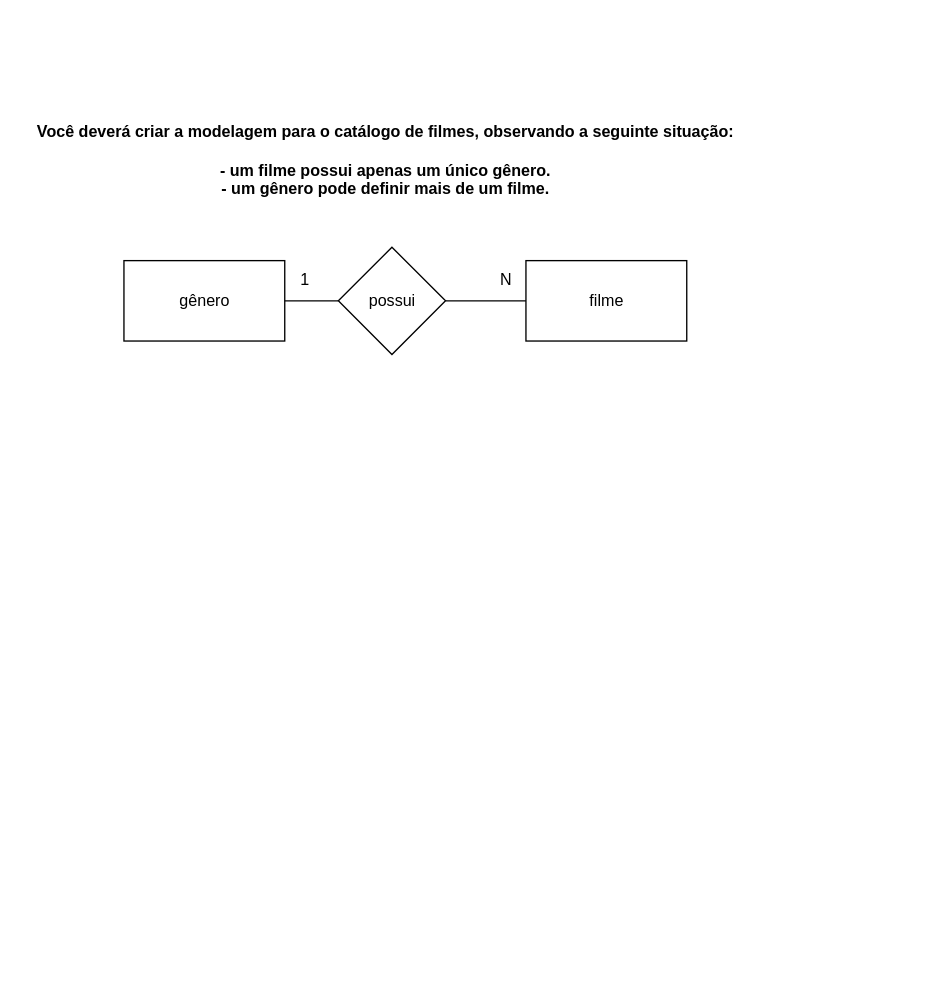
This is 25.07/1.0/1.0 filmes.drawio from juliaathar/2DM-senai-sprint1-BD, a draw.io file, before an edit. Source tidied: cells renumbered, new cells numbered last; positions are measured from the earlier drawing's top-left corner, leaving out a move shared by most shapes. Both pictures are drawn from the tidied source at 134%, with x=0, y=0 at pixel (23, 113).
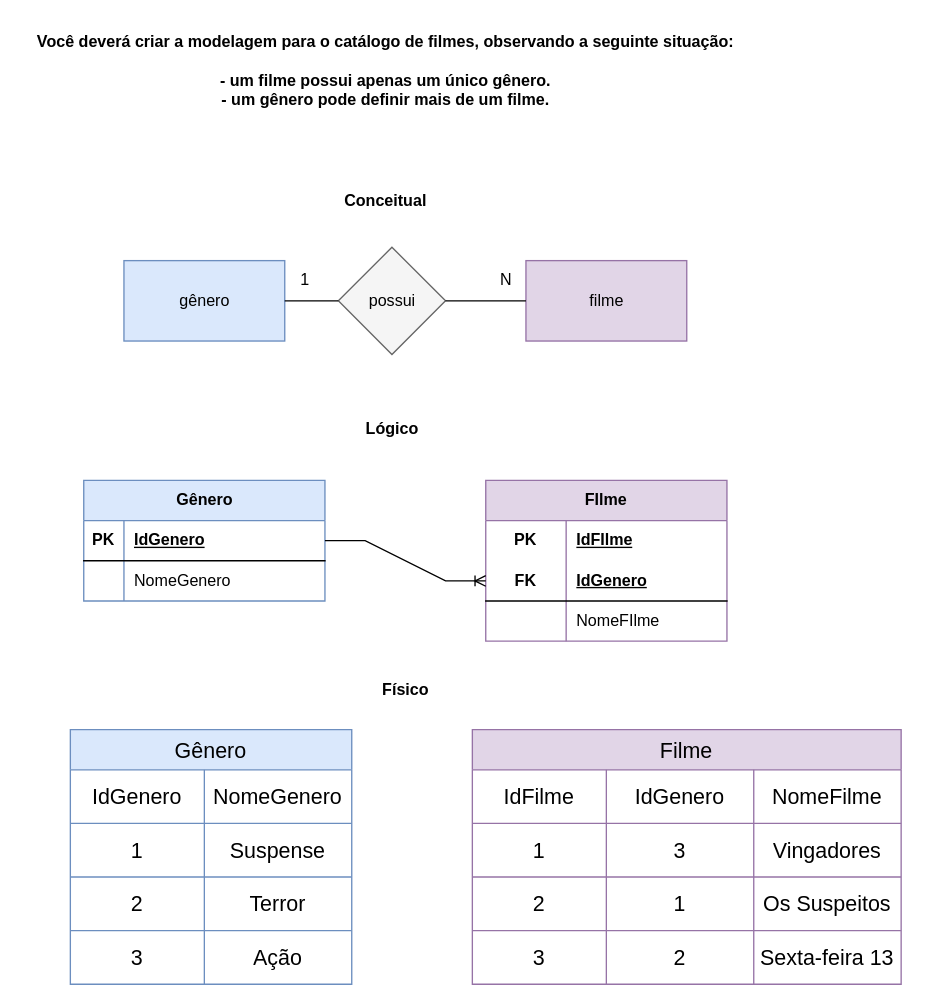
After the change.

Commit message:
modelo logico e fisico do exercicio 1.0

The edit, as a diff of the source:
```diff
@@
-    <mxCell id="2" style="rhombus;whiteSpace=wrap;html=1;" parent="1" vertex="1">
+    <mxCell id="2" style="rhombus;whiteSpace=wrap;html=1;fillColor=#f5f5f5;fontColor=#333333;strokeColor=#666666;" parent="1" vertex="1">
       <mxGeometry x="235" y="100" width="80" height="80" as="geometry" />
     </mxCell>
@@
-    <mxCell id="4" style="rounded=0;whiteSpace=wrap;html=1;" parent="1" vertex="1">
+    <mxCell id="4" style="rounded=0;whiteSpace=wrap;html=1;fillColor=#dae8fc;strokeColor=#6c8ebf;" parent="1" vertex="1">
       <mxGeometry x="75" y="110" width="120" height="60" as="geometry" />
     </mxCell>
-    <mxCell id="5" style="rounded=0;whiteSpace=wrap;html=1;" parent="1" vertex="1">
+    <mxCell id="5" style="rounded=0;whiteSpace=wrap;html=1;fillColor=#e1d5e7;strokeColor=#9673a6;" parent="1" vertex="1">
       <mxGeometry x="375" y="110" width="120" height="60" as="geometry" />
     </mxCell>
@@
     <mxCell id="12" value="&lt;div&gt;&lt;b&gt;Você deverá criar a modelagem para o catálogo de filmes, observando a seguinte situação:&lt;/b&gt;&lt;/div&gt;&lt;div&gt;&lt;b&gt;&lt;br&gt;&lt;/b&gt;&lt;/div&gt;&lt;div&gt;&lt;b&gt;- um filme possui apenas um único gênero.&lt;/b&gt;&lt;/div&gt;&lt;div&gt;&lt;b&gt;- um gênero pode definir mais de um filme.&lt;/b&gt;&lt;/div&gt;" style="text;html=1;align=center;verticalAlign=middle;strokeColor=none;fillColor=none;" parent="1" vertex="1">
-      <mxGeometry width="540" height="70" as="geometry" />
+      <mxGeometry y="-67" width="540" height="70" as="geometry" />
     </mxCell>
+    <mxCell id="13" value="FIlme" style="shape=table;startSize=30;childLayout=tableLayout;rowLines=0;fontStyle=1;align=center;html=1;whiteSpace=wrap;fillColor=#e1d5e7;strokeColor=#9673a6;" parent="1" vertex="1">
+      <mxGeometry x="345" y="274" width="180" height="120" as="geometry" />
+    </mxCell>
+    <mxCell id="14" style="shape=tableRow;horizontal=0;startSize=0;swimlaneHead=0;swimlaneBody=0;fillColor=none;top=0;left=0;right=0;bottom=0;html=1;" parent="13" vertex="1">
+      <mxGeometry y="30" width="180" height="30" as="geometry" />
+    </mxCell>
+    <mxCell id="15" value="PK" style="shape=partialRectangle;fillColor=none;top=0;left=0;bottom=0;right=0;fontStyle=1;overflow=hidden;html=1;whiteSpace=wrap;" parent="14" vertex="1">
+      <mxGeometry width="60" height="30" as="geometry" />
+    </mxCell>
+    <mxCell id="16" value="IdFIlme" style="shape=partialRectangle;fillColor=none;top=0;left=0;bottom=0;right=0;align=left;spacingLeft=6;fontStyle=5;overflow=hidden;html=1;whiteSpace=wrap;" parent="14" vertex="1">
+      <mxGeometry x="60" width="120" height="30" as="geometry" />
+    </mxCell>
+    <mxCell id="17" style="shape=tableRow;horizontal=0;startSize=0;swimlaneHead=0;swimlaneBody=0;fillColor=none;points=[[0,0.5],[1,0.5]];portConstraint=eastwest;top=0;left=0;right=0;bottom=1;html=1;" parent="13" vertex="1">
+      <mxGeometry y="60" width="180" height="30" as="geometry" />
+    </mxCell>
+    <mxCell id="18" value="FK" style="shape=partialRectangle;fillColor=none;top=0;left=0;bottom=0;right=0;fontStyle=1;overflow=hidden;html=1;whiteSpace=wrap;" parent="17" vertex="1">
+      <mxGeometry width="60" height="30" as="geometry" />
+    </mxCell>
+    <mxCell id="19" value="IdGenero" style="shape=partialRectangle;fillColor=none;top=0;left=0;bottom=0;right=0;align=left;spacingLeft=6;fontStyle=5;overflow=hidden;html=1;whiteSpace=wrap;" parent="17" vertex="1">
+      <mxGeometry x="60" width="120" height="30" as="geometry" />
+    </mxCell>
+    <mxCell id="20" style="shape=tableRow;horizontal=0;startSize=0;swimlaneHead=0;swimlaneBody=0;fillColor=none;top=0;left=0;right=0;bottom=0;html=1;" parent="13" vertex="1">
+      <mxGeometry y="90" width="180" height="30" as="geometry" />
+    </mxCell>
+    <mxCell id="21" style="shape=partialRectangle;fillColor=none;top=0;left=0;bottom=0;right=0;overflow=hidden;html=1;whiteSpace=wrap;" parent="20" vertex="1">
+      <mxGeometry width="60" height="30" as="geometry" />
+    </mxCell>
+    <mxCell id="22" value="NomeFIlme" style="shape=partialRectangle;fillColor=none;top=0;left=0;bottom=0;right=0;align=left;spacingLeft=6;overflow=hidden;html=1;whiteSpace=wrap;" parent="20" vertex="1">
+      <mxGeometry x="60" width="120" height="30" as="geometry" />
+    </mxCell>
+    <mxCell id="23" value="Gênero" style="shape=table;startSize=30;childLayout=tableLayout;rowLines=0;fontStyle=1;align=center;html=1;fillColor=#dae8fc;strokeColor=#6c8ebf;" parent="1" vertex="1">
+      <mxGeometry x="45" y="274" width="180" height="90" as="geometry" />
+    </mxCell>
+    <mxCell id="24" style="shape=tableRow;horizontal=0;startSize=0;swimlaneHead=0;swimlaneBody=0;fillColor=none;top=0;left=0;right=0;bottom=1;" parent="23" vertex="1">
+      <mxGeometry y="30" width="180" height="30" as="geometry" />
+    </mxCell>
+    <mxCell id="25" value="PK" style="shape=partialRectangle;fillColor=none;top=0;left=0;bottom=0;right=0;fontStyle=1;overflow=hidden;whiteSpace=wrap;html=1;" parent="24" vertex="1">
+      <mxGeometry width="30" height="30" as="geometry" />
+    </mxCell>
+    <mxCell id="26" value="IdGenero" style="shape=partialRectangle;fillColor=none;top=0;left=0;bottom=0;right=0;align=left;spacingLeft=6;fontStyle=5;overflow=hidden;whiteSpace=wrap;html=1;" parent="24" vertex="1">
+      <mxGeometry x="30" width="150" height="30" as="geometry" />
+    </mxCell>
+    <mxCell id="27" style="shape=tableRow;horizontal=0;startSize=0;swimlaneHead=0;swimlaneBody=0;fillColor=none;top=0;left=0;right=0;bottom=0;" parent="23" vertex="1">
+      <mxGeometry y="60" width="180" height="30" as="geometry" />
+    </mxCell>
+    <mxCell id="28" style="shape=partialRectangle;fillColor=none;top=0;left=0;bottom=0;right=0;overflow=hidden;whiteSpace=wrap;html=1;" parent="27" vertex="1">
+      <mxGeometry width="30" height="30" as="geometry" />
+    </mxCell>
+    <mxCell id="29" value="NomeGenero" style="shape=partialRectangle;fillColor=none;top=0;left=0;bottom=0;right=0;align=left;spacingLeft=6;overflow=hidden;whiteSpace=wrap;html=1;" parent="27" vertex="1">
+      <mxGeometry x="30" width="150" height="30" as="geometry" />
+    </mxCell>
+    <mxCell id="30" style="edgeStyle=entityRelationEdgeStyle;fontSize=12;html=1;endArrow=ERoneToMany;rounded=0;entryX=0;entryY=0.5;entryDx=0;entryDy=0;exitX=1;exitY=0.5;exitDx=0;exitDy=0;" parent="1" edge="1" source="23" target="17">
+      <mxGeometry relative="1" as="geometry">
+        <Array as="points">
+          <mxPoint x="345" y="349" />
+        </Array>
+      </mxGeometry>
+    </mxCell>
+    <mxCell id="31" value="&lt;b&gt;Conceitual&lt;/b&gt;" style="text;html=1;align=center;verticalAlign=middle;strokeColor=none;fillColor=none;" parent="1" vertex="1">
+      <mxGeometry x="230" y="51" width="80" height="30" as="geometry" />
+    </mxCell>
+    <mxCell id="32" value="&lt;b&gt;Lógico&lt;/b&gt;" style="text;html=1;align=center;verticalAlign=middle;strokeColor=none;fillColor=none;" parent="1" vertex="1">
+      <mxGeometry x="245" y="221" width="60" height="30" as="geometry" />
+    </mxCell>
+    <mxCell id="33" value="Gênero" style="shape=table;startSize=30;childLayout=tableLayout;strokeColor=#6c8ebf;fontSize=16;fillColor=#dae8fc;" parent="1" vertex="1">
+      <mxGeometry x="35" y="460" width="210" height="190" as="geometry" />
+    </mxCell>
+    <mxCell id="34" style="shape=tableRow;horizontal=0;startSize=0;swimlaneHead=0;swimlaneBody=0;strokeColor=inherit;top=0;left=0;bottom=0;right=0;fillColor=none;fontSize=16;" parent="33" vertex="1">
+      <mxGeometry y="30" width="210" height="40" as="geometry" />
+    </mxCell>
+    <mxCell id="35" value="IdGenero" style="shape=partialRectangle;html=1;whiteSpace=wrap;strokeColor=inherit;overflow=hidden;fillColor=none;top=0;left=0;bottom=0;right=0;fontSize=16;" parent="34" vertex="1">
+      <mxGeometry width="100" height="40" as="geometry" />
+    </mxCell>
+    <mxCell id="36" value="NomeGenero" style="shape=partialRectangle;html=1;whiteSpace=wrap;strokeColor=inherit;overflow=hidden;fillColor=none;top=0;left=0;bottom=0;right=0;fontSize=16;" parent="34" vertex="1">
+      <mxGeometry x="100" width="110" height="40" as="geometry" />
+    </mxCell>
+    <mxCell id="37" style="shape=tableRow;horizontal=0;startSize=0;swimlaneHead=0;swimlaneBody=0;strokeColor=inherit;top=0;left=0;bottom=0;right=0;fillColor=none;fontSize=16;" parent="33" vertex="1">
+      <mxGeometry y="70" width="210" height="40" as="geometry" />
+    </mxCell>
+    <mxCell id="38" value="1" style="shape=partialRectangle;html=1;whiteSpace=wrap;strokeColor=inherit;overflow=hidden;fillColor=none;top=0;left=0;bottom=0;right=0;fontSize=16;" parent="37" vertex="1">
+      <mxGeometry width="100" height="40" as="geometry" />
+    </mxCell>
+    <mxCell id="39" value="Suspense" style="shape=partialRectangle;html=1;whiteSpace=wrap;strokeColor=inherit;overflow=hidden;fillColor=none;top=0;left=0;bottom=0;right=0;fontSize=16;" parent="37" vertex="1">
+      <mxGeometry x="100" width="110" height="40" as="geometry" />
+    </mxCell>
+    <mxCell id="40" style="shape=tableRow;horizontal=0;startSize=0;swimlaneHead=0;swimlaneBody=0;strokeColor=inherit;top=0;left=0;bottom=0;right=0;fillColor=none;fontSize=16;" parent="33" vertex="1">
+      <mxGeometry y="110" width="210" height="40" as="geometry" />
+    </mxCell>
+    <mxCell id="41" value="2" style="shape=partialRectangle;html=1;whiteSpace=wrap;strokeColor=inherit;overflow=hidden;fillColor=none;top=0;left=0;bottom=0;right=0;fontSize=16;" parent="40" vertex="1">
+      <mxGeometry width="100" height="40" as="geometry" />
+    </mxCell>
+    <mxCell id="42" value="Terror" style="shape=partialRectangle;html=1;whiteSpace=wrap;strokeColor=inherit;overflow=hidden;fillColor=none;top=0;left=0;bottom=0;right=0;fontSize=16;" parent="40" vertex="1">
+      <mxGeometry x="100" width="110" height="40" as="geometry" />
+    </mxCell>
+    <mxCell id="43" style="shape=tableRow;horizontal=0;startSize=0;swimlaneHead=0;swimlaneBody=0;strokeColor=inherit;top=0;left=0;bottom=0;right=0;fillColor=none;fontSize=16;" parent="33" vertex="1">
+      <mxGeometry y="150" width="210" height="40" as="geometry" />
+    </mxCell>
+    <mxCell id="44" value="3" style="shape=partialRectangle;html=1;whiteSpace=wrap;strokeColor=inherit;overflow=hidden;fillColor=none;top=0;left=0;bottom=0;right=0;fontSize=16;" parent="43" vertex="1">
+      <mxGeometry width="100" height="40" as="geometry" />
+    </mxCell>
+    <mxCell id="45" value="Ação" style="shape=partialRectangle;html=1;whiteSpace=wrap;strokeColor=inherit;overflow=hidden;fillColor=none;top=0;left=0;bottom=0;right=0;fontSize=16;" parent="43" vertex="1">
+      <mxGeometry x="100" width="110" height="40" as="geometry" />
+    </mxCell>
+    <mxCell id="46" value="Filme" style="shape=table;startSize=30;childLayout=tableLayout;strokeColor=#9673a6;fontSize=16;fillColor=#e1d5e7;" parent="1" vertex="1">
+      <mxGeometry x="335" y="460" width="320" height="190" as="geometry" />
+    </mxCell>
+    <mxCell id="47" style="shape=tableRow;horizontal=0;startSize=0;swimlaneHead=0;swimlaneBody=0;strokeColor=inherit;top=0;left=0;bottom=0;right=0;fillColor=none;fontSize=16;" parent="46" vertex="1">
+      <mxGeometry y="30" width="320" height="40" as="geometry" />
+    </mxCell>
+    <mxCell id="48" value="IdFilme" style="shape=partialRectangle;html=1;whiteSpace=wrap;strokeColor=inherit;overflow=hidden;fillColor=none;top=0;left=0;bottom=0;right=0;fontSize=16;" parent="47" vertex="1">
+      <mxGeometry width="100" height="40" as="geometry" />
+    </mxCell>
+    <mxCell id="49" value="IdGenero" style="shape=partialRectangle;html=1;whiteSpace=wrap;strokeColor=inherit;overflow=hidden;fillColor=none;top=0;left=0;bottom=0;right=0;fontSize=16;" parent="47" vertex="1">
+      <mxGeometry x="100" width="110" height="40" as="geometry" />
+    </mxCell>
+    <mxCell id="50" value="NomeFilme" style="shape=partialRectangle;html=1;whiteSpace=wrap;strokeColor=inherit;overflow=hidden;fillColor=none;top=0;left=0;bottom=0;right=0;fontSize=16;" parent="47" vertex="1">
+      <mxGeometry x="210" width="110" height="40" as="geometry" />
+    </mxCell>
+    <mxCell id="51" style="shape=tableRow;horizontal=0;startSize=0;swimlaneHead=0;swimlaneBody=0;strokeColor=inherit;top=0;left=0;bottom=0;right=0;fillColor=none;fontSize=16;" parent="46" vertex="1">
+      <mxGeometry y="70" width="320" height="40" as="geometry" />
+    </mxCell>
+    <mxCell id="52" value="1" style="shape=partialRectangle;html=1;whiteSpace=wrap;strokeColor=inherit;overflow=hidden;fillColor=none;top=0;left=0;bottom=0;right=0;fontSize=16;" parent="51" vertex="1">
+      <mxGeometry width="100" height="40" as="geometry" />
+    </mxCell>
+    <mxCell id="53" value="3" style="shape=partialRectangle;html=1;whiteSpace=wrap;strokeColor=inherit;overflow=hidden;fillColor=none;top=0;left=0;bottom=0;right=0;fontSize=16;" parent="51" vertex="1">
+      <mxGeometry x="100" width="110" height="40" as="geometry" />
+    </mxCell>
+    <mxCell id="54" value="Vingadores" style="shape=partialRectangle;html=1;whiteSpace=wrap;strokeColor=inherit;overflow=hidden;fillColor=none;top=0;left=0;bottom=0;right=0;fontSize=16;" parent="51" vertex="1">
+      <mxGeometry x="210" width="110" height="40" as="geometry" />
+    </mxCell>
+    <mxCell id="55" style="shape=tableRow;horizontal=0;startSize=0;swimlaneHead=0;swimlaneBody=0;strokeColor=inherit;top=0;left=0;bottom=0;right=0;fillColor=none;fontSize=16;" parent="46" vertex="1">
+      <mxGeometry y="110" width="320" height="40" as="geometry" />
+    </mxCell>
+    <mxCell id="56" value="2" style="shape=partialRectangle;html=1;whiteSpace=wrap;strokeColor=inherit;overflow=hidden;fillColor=none;top=0;left=0;bottom=0;right=0;fontSize=16;" parent="55" vertex="1">
+      <mxGeometry width="100" height="40" as="geometry" />
+    </mxCell>
+    <mxCell id="57" value="1" style="shape=partialRectangle;html=1;whiteSpace=wrap;strokeColor=inherit;overflow=hidden;fillColor=none;top=0;left=0;bottom=0;right=0;fontSize=16;" parent="55" vertex="1">
+      <mxGeometry x="100" width="110" height="40" as="geometry" />
+    </mxCell>
+    <mxCell id="58" value="Os Suspeitos" style="shape=partialRectangle;html=1;whiteSpace=wrap;strokeColor=inherit;overflow=hidden;fillColor=none;top=0;left=0;bottom=0;right=0;fontSize=16;" parent="55" vertex="1">
+      <mxGeometry x="210" width="110" height="40" as="geometry" />
+    </mxCell>
+    <mxCell id="59" style="shape=tableRow;horizontal=0;startSize=0;swimlaneHead=0;swimlaneBody=0;strokeColor=inherit;top=0;left=0;bottom=0;right=0;fillColor=none;fontSize=16;" parent="46" vertex="1">
+      <mxGeometry y="150" width="320" height="40" as="geometry" />
+    </mxCell>
+    <mxCell id="60" value="3" style="shape=partialRectangle;html=1;whiteSpace=wrap;strokeColor=inherit;overflow=hidden;fillColor=none;top=0;left=0;bottom=0;right=0;fontSize=16;" parent="59" vertex="1">
+      <mxGeometry width="100" height="40" as="geometry" />
+    </mxCell>
+    <mxCell id="61" value="2" style="shape=partialRectangle;html=1;whiteSpace=wrap;strokeColor=inherit;overflow=hidden;fillColor=none;top=0;left=0;bottom=0;right=0;fontSize=16;" parent="59" vertex="1">
+      <mxGeometry x="100" width="110" height="40" as="geometry" />
+    </mxCell>
+    <mxCell id="62" value="Sexta-feira 13" style="shape=partialRectangle;html=1;whiteSpace=wrap;strokeColor=inherit;overflow=hidden;fillColor=none;top=0;left=0;bottom=0;right=0;fontSize=16;" parent="59" vertex="1">
+      <mxGeometry x="210" width="110" height="40" as="geometry" />
+    </mxCell>
+    <mxCell id="63" value="&lt;b&gt;Físico&lt;/b&gt;" style="text;html=1;align=center;verticalAlign=middle;strokeColor=none;fillColor=none;" parent="1" vertex="1">
+      <mxGeometry x="255" y="416" width="60" height="30" as="geometry" />
+    </mxCell>
```
